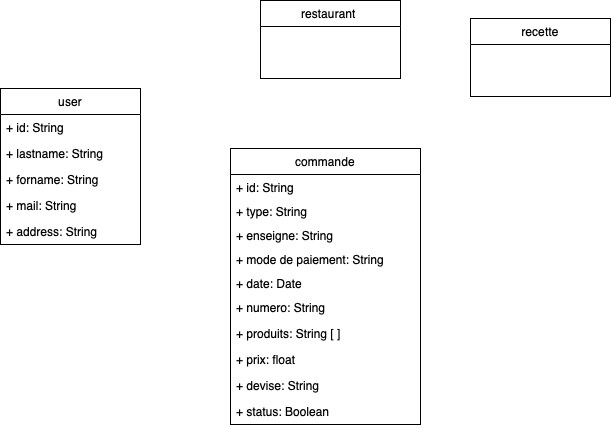
obaconnais/good_food_2.0 keeps this draw.io diagram as good_food_2.0/Untitled Diagram.drawio.png. Above is the earlier version. Source tidied: cells renumbered, new cells last; positions are measured from the earlier drawing's top-left corner, leaving out a move shared by most shapes.
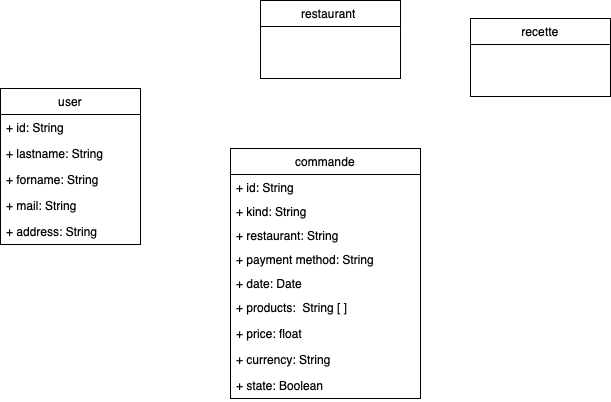
Later version of the same file.

Diff of the diagram source:
```diff
@@ -27,37 +27,34 @@
       <mxGeometry x="470" y="18" width="140" height="78" as="geometry" />
     </mxCell>
     <mxCell id="10" value="commande" style="swimlane;fontStyle=0;horizontal=1;startSize=26;fillColor=none;" parent="1" vertex="1">
-      <mxGeometry x="230" y="148" width="190" height="276" as="geometry" />
+      <mxGeometry x="230" y="148" width="190" height="250" as="geometry" />
     </mxCell>
     <mxCell id="11" value="+ id: String" style="text;strokeColor=none;fillColor=none;align=left;verticalAlign=top;spacingLeft=4;spacingRight=4;overflow=hidden;" parent="10" vertex="1">
       <mxGeometry y="26" width="190" height="24" as="geometry" />
     </mxCell>
-    <mxCell id="12" value="+ type: String" style="text;strokeColor=none;fillColor=none;align=left;verticalAlign=top;spacingLeft=4;spacingRight=4;overflow=hidden;" parent="10" vertex="1">
+    <mxCell id="12" value="+ kind: String" style="text;strokeColor=none;fillColor=none;align=left;verticalAlign=top;spacingLeft=4;spacingRight=4;overflow=hidden;" parent="10" vertex="1">
       <mxGeometry y="50" width="190" height="24" as="geometry" />
     </mxCell>
-    <mxCell id="13" value="+ enseigne: String" style="text;strokeColor=none;fillColor=none;align=left;verticalAlign=top;spacingLeft=4;spacingRight=4;overflow=hidden;" parent="10" vertex="1">
+    <mxCell id="13" value="+ restaurant: String" style="text;strokeColor=none;fillColor=none;align=left;verticalAlign=top;spacingLeft=4;spacingRight=4;overflow=hidden;" parent="10" vertex="1">
       <mxGeometry y="74" width="190" height="24" as="geometry" />
     </mxCell>
-    <mxCell id="14" value="+ mode de paiement: String" style="text;strokeColor=none;fillColor=none;align=left;verticalAlign=top;spacingLeft=4;spacingRight=4;overflow=hidden;" parent="10" vertex="1">
+    <mxCell id="14" value="+ payment method: String" style="text;strokeColor=none;fillColor=none;align=left;verticalAlign=top;spacingLeft=4;spacingRight=4;overflow=hidden;" parent="10" vertex="1">
       <mxGeometry y="98" width="190" height="24" as="geometry" />
     </mxCell>
     <mxCell id="15" value="+ date: Date" style="text;strokeColor=none;fillColor=none;align=left;verticalAlign=top;spacingLeft=4;spacingRight=4;overflow=hidden;" parent="10" vertex="1">
       <mxGeometry y="122" width="190" height="24" as="geometry" />
     </mxCell>
-    <mxCell id="16" value="+ numero: String" style="text;strokeColor=none;fillColor=none;align=left;verticalAlign=top;spacingLeft=4;spacingRight=4;overflow=hidden;" parent="10" vertex="1">
-      <mxGeometry y="146" width="190" height="26" as="geometry" />
-    </mxCell>
-    <mxCell id="17" value="+ produits: String [ ]" style="text;strokeColor=none;fillColor=none;align=left;verticalAlign=top;spacingLeft=4;spacingRight=4;overflow=hidden;" parent="10" vertex="1">
-      <mxGeometry y="172" width="190" height="26" as="geometry" />
+    <mxCell id="17" value="+ products:  String [ ]" style="text;strokeColor=none;fillColor=none;align=left;verticalAlign=top;spacingLeft=4;spacingRight=4;overflow=hidden;" parent="10" vertex="1">
+      <mxGeometry y="146" width="190" height="26" as="geometry" />
     </mxCell>
-    <mxCell id="18" value="+ prix: float" style="text;strokeColor=none;fillColor=none;align=left;verticalAlign=top;spacingLeft=4;spacingRight=4;overflow=hidden;" parent="10" vertex="1">
-      <mxGeometry y="198" width="190" height="26" as="geometry" />
+    <mxCell id="18" value="+ price: float" style="text;strokeColor=none;fillColor=none;align=left;verticalAlign=top;spacingLeft=4;spacingRight=4;overflow=hidden;" parent="10" vertex="1">
+      <mxGeometry y="172" width="190" height="26" as="geometry" />
     </mxCell>
-    <mxCell id="19" value="+ devise: String" style="text;strokeColor=none;fillColor=none;align=left;verticalAlign=top;spacingLeft=4;spacingRight=4;overflow=hidden;" parent="10" vertex="1">
-      <mxGeometry y="224" width="190" height="26" as="geometry" />
+    <mxCell id="19" value="+ currency: String" style="text;strokeColor=none;fillColor=none;align=left;verticalAlign=top;spacingLeft=4;spacingRight=4;overflow=hidden;" parent="10" vertex="1">
+      <mxGeometry y="198" width="190" height="26" as="geometry" />
     </mxCell>
-    <mxCell id="20" value="+ status: Boolean" style="text;strokeColor=none;fillColor=none;align=left;verticalAlign=top;spacingLeft=4;spacingRight=4;overflow=hidden;" parent="10" vertex="1">
-      <mxGeometry y="250" width="190" height="26" as="geometry" />
+    <mxCell id="20" value="+ state: Boolean" style="text;strokeColor=none;fillColor=none;align=left;verticalAlign=top;spacingLeft=4;spacingRight=4;overflow=hidden;" parent="10" vertex="1">
+      <mxGeometry y="224" width="190" height="26" as="geometry" />
     </mxCell>
   </root>
 </mxGraphModel>
```
